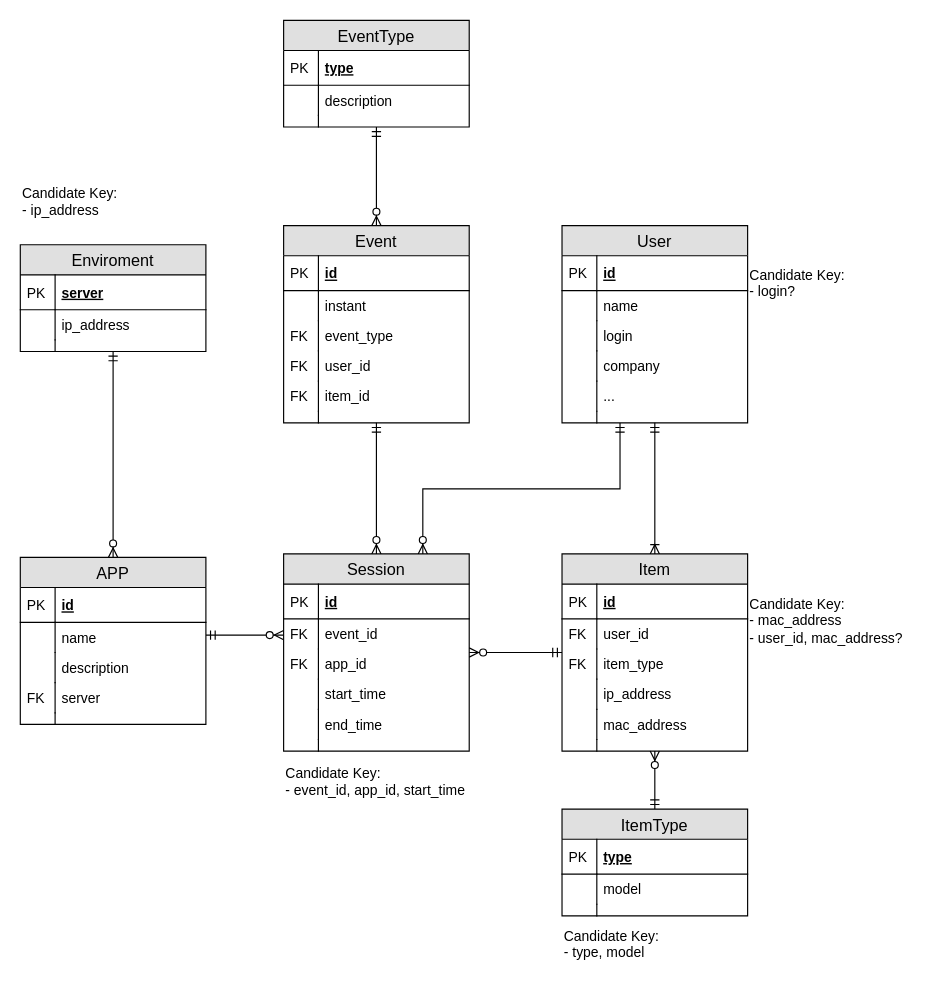
Above: page "ER Extended" (2 of 2) of documentation/models/db_model.drawio in apm1005/TFG (draw.io), before the change. Source tidied: cells renumbered, new cells numbered last; positions are measured from the earlier drawing's top-left corner, leaving out a move shared by most shapes. Both pictures are drawn from the tidied source at 116%, with x=0, y=0 at pixel (20, 20).
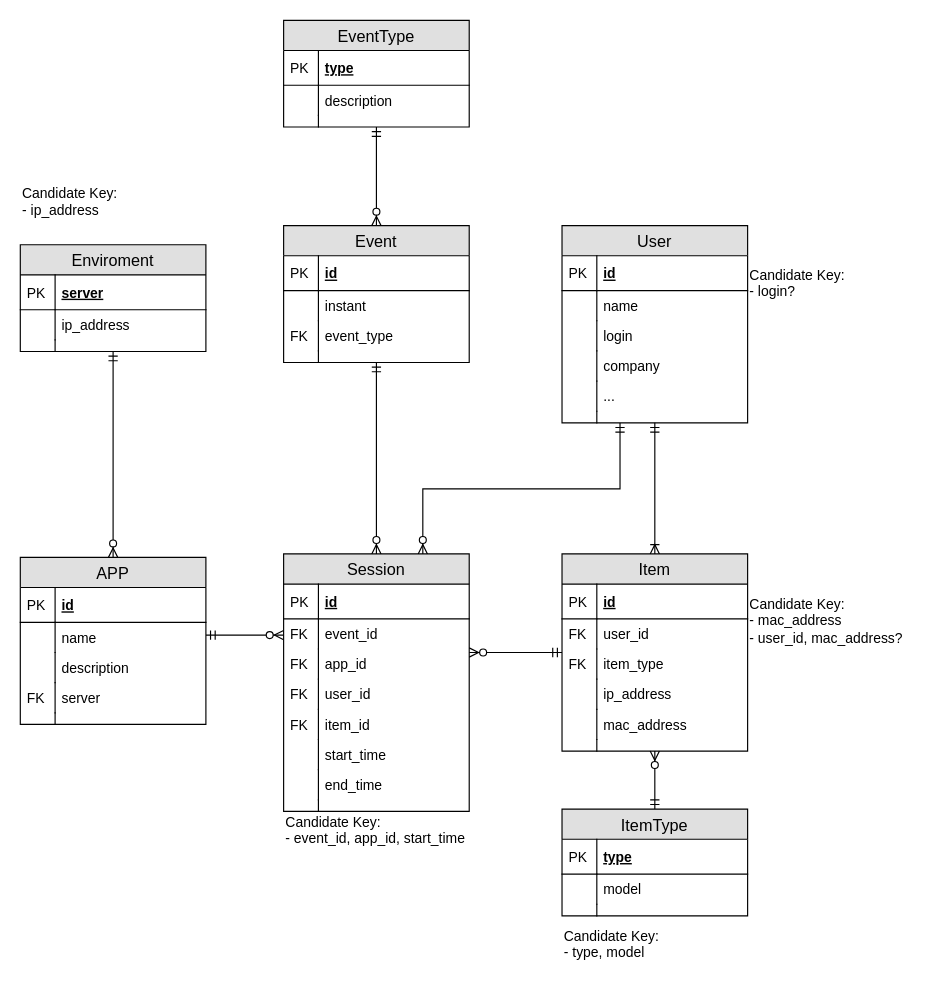
After the change.

Unchanged cells that the change refers to:
```xml
<mxCell id="66" value="Item" style="swimlane;fontStyle=0;horizontal=1;startSize=26;fillColor=#e0e0e0;swimlaneFillColor=#ffffff;align=center;fontSize=14;" parent="1" vertex="1">
  <mxGeometry x="467" y="460" width="160" height="170" as="geometry" />
</mxCell>
```

What changed in the source:
```diff
@@
     <mxCell id="15" value="Event" style="swimlane;fontStyle=0;horizontal=1;startSize=26;fillColor=#e0e0e0;swimlaneFillColor=#ffffff;align=center;fontSize=14;" parent="1" vertex="1">
-      <mxGeometry x="227" y="177" width="160" height="170" as="geometry" />
+      <mxGeometry x="227" y="177" width="160" height="118" as="geometry" />
     </mxCell>
@@
-    <mxCell id="22" value="user_id" style="shape=partialRectangle;top=0;left=0;right=0;bottom=0;align=left;verticalAlign=top;fillColor=none;spacingLeft=34;spacingRight=4;overflow=hidden;fontSize=12;" parent="15" vertex="1">
-      <mxGeometry y="108" width="160" height="26" as="geometry" />
-    </mxCell>
-    <mxCell id="23" value="FK" style="shape=partialRectangle;top=0;left=0;bottom=0;fillColor=none;align=left;verticalAlign=top;spacingLeft=4;spacingRight=4;overflow=hidden;fontSize=12;" parent="22" vertex="1">
-      <mxGeometry width="30" height="26" as="geometry" />
-    </mxCell>
-    <mxCell id="24" value="item_id" style="shape=partialRectangle;top=0;left=0;right=0;bottom=0;align=left;verticalAlign=top;fillColor=none;spacingLeft=34;spacingRight=4;overflow=hidden;fontSize=12;" parent="15" vertex="1">
-      <mxGeometry y="134" width="160" height="26" as="geometry" />
-    </mxCell>
-    <mxCell id="25" value="FK" style="shape=partialRectangle;top=0;left=0;bottom=0;fillColor=none;align=left;verticalAlign=top;spacingLeft=4;spacingRight=4;overflow=hidden;fontSize=12;" parent="24" vertex="1">
-      <mxGeometry width="30" height="26" as="geometry" />
-    </mxCell>
     <mxCell id="26" style="shape=partialRectangle;top=0;left=0;right=0;bottom=0;align=left;verticalAlign=top;fillColor=none;spacingLeft=34;spacingRight=4;overflow=hidden;fontSize=12;" parent="15" vertex="1">
-      <mxGeometry y="160" width="160" height="10" as="geometry" />
+      <mxGeometry y="108" width="160" height="10" as="geometry" />
     </mxCell>
@@
     <mxCell id="30" value="Session" style="swimlane;fontStyle=0;horizontal=1;startSize=26;fillColor=#e0e0e0;swimlaneFillColor=#ffffff;align=center;fontSize=14;" parent="1" vertex="1">
-      <mxGeometry x="227" y="460" width="160" height="170" as="geometry" />
+      <mxGeometry x="227" y="460" width="160" height="222" as="geometry" />
     </mxCell>
@@
+    <mxCell id="22" value="user_id" style="shape=partialRectangle;top=0;left=0;right=0;bottom=0;align=left;verticalAlign=top;fillColor=none;spacingLeft=34;spacingRight=4;overflow=hidden;fontSize=12;" parent="30" vertex="1">
+      <mxGeometry y="108" width="160" height="26" as="geometry" />
+    </mxCell>
+    <mxCell id="99" value="FK" style="shape=partialRectangle;top=0;left=0;bottom=0;fillColor=none;align=left;verticalAlign=top;spacingLeft=4;spacingRight=4;overflow=hidden;fontSize=12;" parent="22" vertex="1">
+      <mxGeometry width="30" height="26" as="geometry" />
+    </mxCell>
+    <mxCell id="24" value="item_id&#10;" style="shape=partialRectangle;top=0;left=0;right=0;bottom=0;align=left;verticalAlign=top;fillColor=none;spacingLeft=34;spacingRight=4;overflow=hidden;fontSize=12;" parent="30" vertex="1">
+      <mxGeometry y="134" width="160" height="26" as="geometry" />
+    </mxCell>
+    <mxCell id="100" value="FK" style="shape=partialRectangle;top=0;left=0;bottom=0;fillColor=none;align=left;verticalAlign=top;spacingLeft=4;spacingRight=4;overflow=hidden;fontSize=12;" parent="24" vertex="1">
+      <mxGeometry width="30" height="26" as="geometry" />
+    </mxCell>
     <mxCell id="37" value="start_time" style="shape=partialRectangle;top=0;left=0;right=0;bottom=0;align=left;verticalAlign=top;fillColor=none;spacingLeft=34;spacingRight=4;overflow=hidden;fontSize=12;" parent="30" vertex="1">
-      <mxGeometry y="108" width="160" height="26" as="geometry" />
+      <mxGeometry y="160" width="160" height="26" as="geometry" />
     </mxCell>
@@
     <mxCell id="39" value="end_time" style="shape=partialRectangle;top=0;left=0;right=0;bottom=0;align=left;verticalAlign=top;fillColor=none;spacingLeft=34;spacingRight=4;overflow=hidden;fontSize=12;" parent="30" vertex="1">
-      <mxGeometry y="134" width="160" height="26" as="geometry" />
+      <mxGeometry y="186" width="160" height="26" as="geometry" />
     </mxCell>
@@
     <mxCell id="41" style="shape=partialRectangle;top=0;left=0;right=0;bottom=0;align=left;verticalAlign=top;fillColor=none;spacingLeft=34;spacingRight=4;overflow=hidden;fontSize=12;" parent="30" vertex="1">
-      <mxGeometry y="160" width="160" height="10" as="geometry" />
+      <mxGeometry y="212" width="160" height="10" as="geometry" />
     </mxCell>
@@
     <mxCell id="65" style="edgeStyle=orthogonalEdgeStyle;rounded=0;jettySize=auto;html=1;startArrow=ERmandOne;startFill=0;endArrow=ERzeroToMany;endFill=1;" parent="1" edge="1" source="66" target="30">
-      <mxGeometry relative="1" as="geometry" />
+      <mxGeometry relative="1" as="geometry">
+        <Array as="points">
+          <mxPoint x="420" y="545" />
+          <mxPoint x="420" y="545" />
+        </Array>
+      </mxGeometry>
     </mxCell>
@@
     <mxCell id="95" value="Candidate Key: &lt;br&gt;- event_id, app_id, start_time" style="text;html=1;align=left;verticalAlign=top;spacingTop=-4;" parent="1" vertex="1">
-      <mxGeometry x="227" y="640" width="170" height="30" as="geometry" />
+      <mxGeometry x="227" y="682" width="170" height="30" as="geometry" />
     </mxCell>
```
